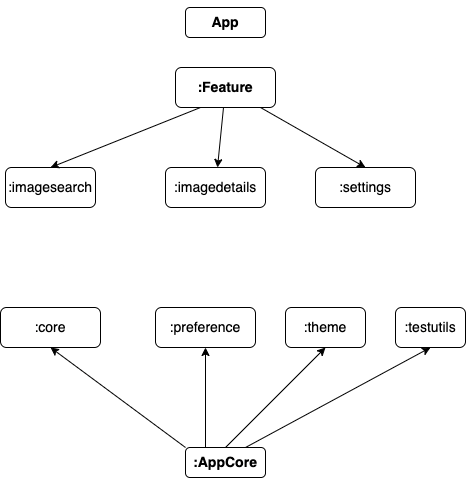
This is screenshots/app_architechture.png from Th3Alch3m1st/MovieDB, a draw.io export, as it was before one commit. Source tidied: cells renumbered, new cells last; positions are measured from the earlier drawing's top-left corner, leaving out a move shared by most shapes. The source it was exported from:
```xml
<mxGraphModel>
  <root>
    <mxCell id="0" />
    <mxCell id="1" parent="0" />
    <mxCell id="2" value="&lt;h3&gt;&lt;font style=&quot;font-size: 14px;&quot;&gt;App&lt;/font&gt;&lt;/h3&gt;" style="rounded=1;whiteSpace=wrap;html=1;" parent="1" vertex="1">
      <mxGeometry x="185" width="80" height="30" as="geometry" />
    </mxCell>
    <mxCell id="3" value="&lt;h3&gt;&lt;font style=&quot;font-size: 14px;&quot;&gt;:Feature&lt;/font&gt;&lt;/h3&gt;" style="rounded=1;whiteSpace=wrap;html=1;" parent="1" vertex="1">
      <mxGeometry x="175" y="60" width="100" height="40" as="geometry" />
    </mxCell>
    <mxCell id="4" value="&lt;h3&gt;:AppCore&lt;/h3&gt;" style="rounded=1;whiteSpace=wrap;html=1;" parent="1" vertex="1">
      <mxGeometry x="185" y="440" width="80" height="30" as="geometry" />
    </mxCell>
    <mxCell id="5" value="&lt;font style=&quot;font-size: 14px;&quot;&gt;:core&lt;/font&gt;" style="rounded=1;whiteSpace=wrap;html=1;" parent="1" vertex="1">
      <mxGeometry y="300" width="100" height="40" as="geometry" />
    </mxCell>
    <mxCell id="6" value="&lt;font style=&quot;font-size: 14px;&quot;&gt;:preference&lt;/font&gt;" style="rounded=1;whiteSpace=wrap;html=1;" parent="1" vertex="1">
      <mxGeometry x="155" y="300" width="100" height="40" as="geometry" />
    </mxCell>
    <mxCell id="7" value="&lt;font style=&quot;font-size: 14px;&quot;&gt;:theme&lt;/font&gt;" style="rounded=1;whiteSpace=wrap;html=1;" parent="1" vertex="1">
      <mxGeometry x="285" y="300" width="80" height="40" as="geometry" />
    </mxCell>
    <mxCell id="8" value="&lt;font style=&quot;font-size: 14px;&quot;&gt;:testutils&lt;/font&gt;" style="rounded=1;whiteSpace=wrap;html=1;" parent="1" vertex="1">
      <mxGeometry x="395" y="300" width="70" height="40" as="geometry" />
    </mxCell>
    <mxCell id="9" value="&lt;font style=&quot;font-size: 14px;&quot;&gt;:imagesearch&lt;/font&gt;" style="rounded=1;whiteSpace=wrap;html=1;" parent="1" vertex="1">
      <mxGeometry x="5" y="160" width="90" height="40" as="geometry" />
    </mxCell>
    <mxCell id="10" value="&lt;font style=&quot;font-size: 14px;&quot;&gt;:imagedetails&lt;/font&gt;" style="rounded=1;whiteSpace=wrap;html=1;" parent="1" vertex="1">
      <mxGeometry x="165" y="160" width="100" height="40" as="geometry" />
    </mxCell>
    <mxCell id="11" value="&lt;font style=&quot;font-size: 14px;&quot;&gt;:settings&lt;/font&gt;" style="rounded=1;whiteSpace=wrap;html=1;" parent="1" vertex="1">
      <mxGeometry x="315" y="160" width="100" height="40" as="geometry" />
    </mxCell>
    <mxCell id="12" style="endArrow=classic;html=1;rounded=0;exitX=0.25;exitY=1;exitDx=0;exitDy=0;entryX=0.5;entryY=0;entryDx=0;entryDy=0;" parent="1" edge="1" source="3" target="9">
      <mxGeometry relative="1" as="geometry" />
    </mxCell>
    <mxCell id="13" style="endArrow=classic;html=1;rounded=0;" parent="1" edge="1" source="3" target="10">
      <mxGeometry relative="1" as="geometry" />
    </mxCell>
    <mxCell id="14" style="endArrow=classic;html=1;rounded=0;entryX=0.5;entryY=0;entryDx=0;entryDy=0;" parent="1" edge="1" source="3" target="11">
      <mxGeometry relative="1" as="geometry" />
    </mxCell>
    <mxCell id="15" style="endArrow=classic;html=1;rounded=0;entryX=0.5;entryY=1;entryDx=0;entryDy=0;exitX=0;exitY=0;exitDx=0;exitDy=0;" parent="1" edge="1" source="4" target="5">
      <mxGeometry relative="1" as="geometry" />
    </mxCell>
    <mxCell id="16" style="endArrow=classic;html=1;rounded=0;entryX=0.5;entryY=1;entryDx=0;entryDy=0;exitX=0.25;exitY=0;exitDx=0;exitDy=0;" parent="1" edge="1" source="4" target="6">
      <mxGeometry relative="1" as="geometry" />
    </mxCell>
    <mxCell id="17" style="endArrow=classic;html=1;rounded=0;entryX=0.5;entryY=1;entryDx=0;entryDy=0;exitX=0.5;exitY=0;exitDx=0;exitDy=0;" parent="1" edge="1" source="4" target="7">
      <mxGeometry relative="1" as="geometry" />
    </mxCell>
    <mxCell id="18" style="endArrow=classic;html=1;rounded=0;exitX=0.75;exitY=0;exitDx=0;exitDy=0;entryX=0.5;entryY=1;entryDx=0;entryDy=0;" parent="1" edge="1" source="4" target="8">
      <mxGeometry relative="1" as="geometry" />
    </mxCell>
  </root>
</mxGraphModel>
```
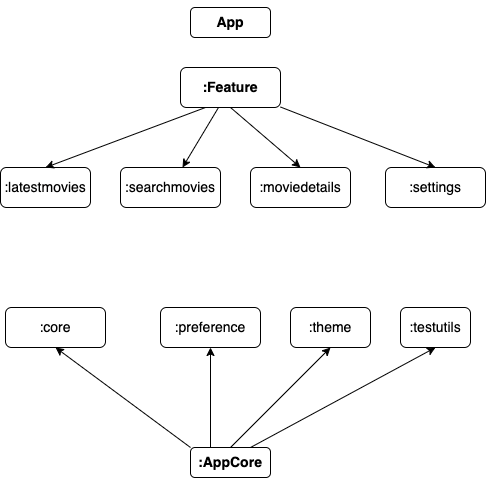
Later version of the same file.

What changed in the source:
```diff
@@ -23,14 +23,14 @@
     <mxCell id="8" value="&lt;font style=&quot;font-size: 14px;&quot;&gt;:testutils&lt;/font&gt;" style="rounded=1;whiteSpace=wrap;html=1;" parent="1" vertex="1">
       <mxGeometry x="395" y="300" width="70" height="40" as="geometry" />
     </mxCell>
-    <mxCell id="9" value="&lt;font style=&quot;font-size: 14px;&quot;&gt;:imagesearch&lt;/font&gt;" style="rounded=1;whiteSpace=wrap;html=1;" parent="1" vertex="1">
-      <mxGeometry x="5" y="160" width="90" height="40" as="geometry" />
+    <mxCell id="9" value="&lt;font style=&quot;font-size: 14px;&quot;&gt;:latestmovies&lt;/font&gt;" style="rounded=1;whiteSpace=wrap;html=1;" parent="1" vertex="1">
+      <mxGeometry x="-5" y="160" width="90" height="40" as="geometry" />
     </mxCell>
-    <mxCell id="10" value="&lt;font style=&quot;font-size: 14px;&quot;&gt;:imagedetails&lt;/font&gt;" style="rounded=1;whiteSpace=wrap;html=1;" parent="1" vertex="1">
-      <mxGeometry x="165" y="160" width="100" height="40" as="geometry" />
+    <mxCell id="10" value="&lt;font style=&quot;font-size: 14px;&quot;&gt;:searchmovies&lt;br&gt;&lt;/font&gt;" style="rounded=1;whiteSpace=wrap;html=1;" parent="1" vertex="1">
+      <mxGeometry x="115" y="160" width="100" height="40" as="geometry" />
     </mxCell>
     <mxCell id="11" value="&lt;font style=&quot;font-size: 14px;&quot;&gt;:settings&lt;/font&gt;" style="rounded=1;whiteSpace=wrap;html=1;" parent="1" vertex="1">
-      <mxGeometry x="315" y="160" width="100" height="40" as="geometry" />
+      <mxGeometry x="380" y="160" width="100" height="40" as="geometry" />
     </mxCell>
     <mxCell id="12" style="endArrow=classic;html=1;rounded=0;exitX=0.25;exitY=1;exitDx=0;exitDy=0;entryX=0.5;entryY=0;entryDx=0;entryDy=0;" parent="1" edge="1" source="3" target="9">
       <mxGeometry relative="1" as="geometry" />
@@ -53,5 +53,11 @@
     <mxCell id="18" style="endArrow=classic;html=1;rounded=0;exitX=0.75;exitY=0;exitDx=0;exitDy=0;entryX=0.5;entryY=1;entryDx=0;entryDy=0;" parent="1" edge="1" source="4" target="8">
       <mxGeometry relative="1" as="geometry" />
     </mxCell>
+    <mxCell id="19" value="&lt;font style=&quot;font-size: 14px;&quot;&gt;:moviedetails&lt;br&gt;&lt;/font&gt;" style="rounded=1;whiteSpace=wrap;html=1;" parent="1" vertex="1">
+      <mxGeometry x="245" y="160" width="100" height="40" as="geometry" />
+    </mxCell>
+    <mxCell id="20" style="endArrow=classic;html=1;rounded=0;exitX=0.5;exitY=1;exitDx=0;exitDy=0;entryX=0.5;entryY=0;entryDx=0;entryDy=0;" parent="1" edge="1" source="3" target="19">
+      <mxGeometry relative="1" as="geometry" />
+    </mxCell>
   </root>
 </mxGraphModel>
```
